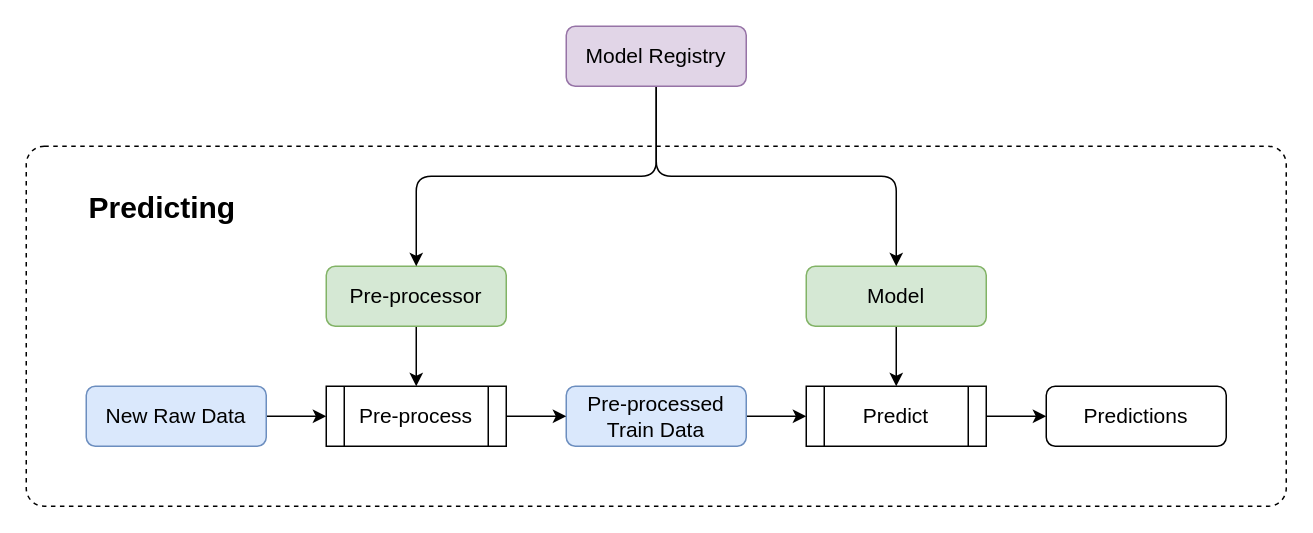
The draw.io diagram page "Predicting" (5 of 5) of docs/source/images/modelling.drawio in myautoml/myautoml, before the edit. Source tidied: cells renumbered, new cells numbered last; positions are measured from the earlier drawing's top-left corner, leaving out a move shared by most shapes. Both pictures are drawn from the tidied source at 150%, with x=0, y=0 at pixel (26, 26).
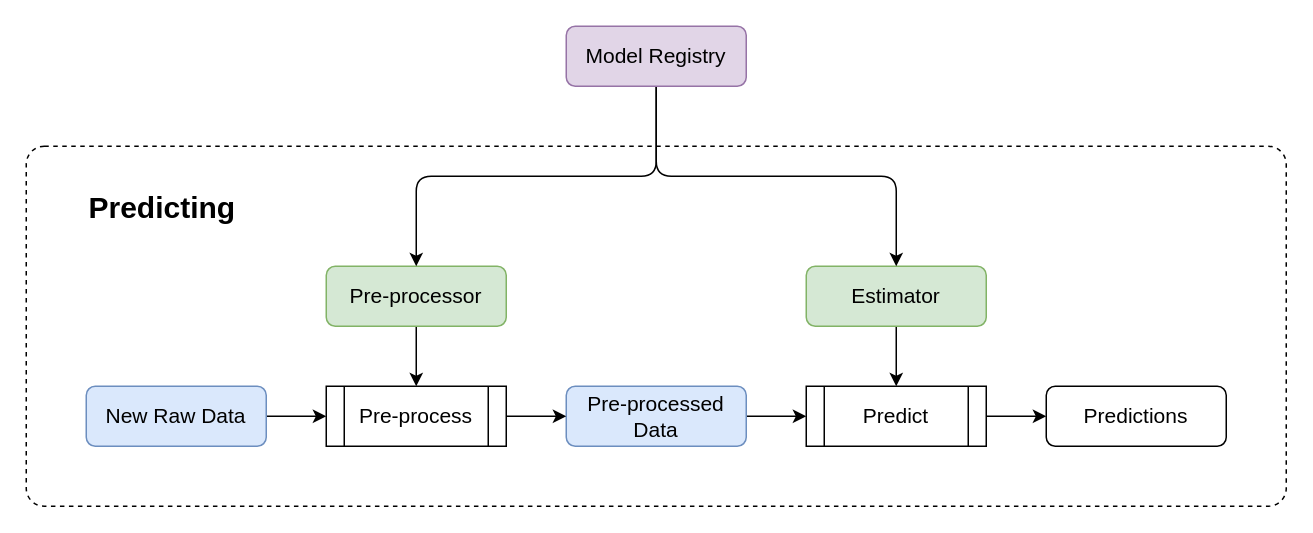
Above is the later version.

What changed in the source:
```diff
@@
 <mxGraphModel>
   <root>
     <mxCell id="0" />
     <mxCell id="1" parent="0" />
     <mxCell id="2" style="rounded=1;whiteSpace=wrap;html=1;fontFamily=Arial;fontSize=14;arcSize=5;dashed=1;" parent="1" vertex="1">
       <mxGeometry y="80" width="840" height="240" as="geometry" />
     </mxCell>
     <mxCell id="3" style="edgeStyle=orthogonalEdgeStyle;rounded=1;jettySize=auto;html=1;fontFamily=Arial;fontSize=14;" parent="1" edge="1" source="4" target="19">
       <mxGeometry relative="1" as="geometry" />
     </mxCell>
     <mxCell id="4" value="New Raw Data" style="rounded=1;whiteSpace=wrap;html=1;fontFamily=Arial;fontSize=14;fillColor=#dae8fc;strokeColor=#6c8ebf;" parent="1" vertex="1">
       <mxGeometry x="40" y="240" width="120" height="40" as="geometry" />
     </mxCell>
     <mxCell id="5" style="edgeStyle=orthogonalEdgeStyle;rounded=1;jettySize=auto;html=1;fontFamily=Arial;fontSize=14;" parent="1" edge="1" source="6" target="19">
       <mxGeometry relative="1" as="geometry" />
     </mxCell>
     <mxCell id="6" value="Pre-processor" style="rounded=1;whiteSpace=wrap;html=1;fontFamily=Arial;fontSize=14;fillColor=#d5e8d4;strokeColor=#82b366;" parent="1" vertex="1">
       <mxGeometry x="200" y="160" width="120" height="40" as="geometry" />
     </mxCell>
     <mxCell id="7" style="edgeStyle=orthogonalEdgeStyle;rounded=1;jettySize=auto;html=1;fontFamily=Arial;fontSize=14;" parent="1" edge="1" source="8" target="10">
       <mxGeometry relative="1" as="geometry" />
     </mxCell>
-    <mxCell id="8" value="Pre-processed Train Data" style="rounded=1;whiteSpace=wrap;html=1;fontFamily=Arial;fontSize=14;fillColor=#dae8fc;strokeColor=#6c8ebf;" parent="1" vertex="1">
+    <mxCell id="8" value="Pre-processed Data" style="rounded=1;whiteSpace=wrap;html=1;fontFamily=Arial;fontSize=14;fillColor=#dae8fc;strokeColor=#6c8ebf;" parent="1" vertex="1">
       <mxGeometry x="360" y="240" width="120" height="40" as="geometry" />
     </mxCell>
     <mxCell id="9" style="edgeStyle=orthogonalEdgeStyle;rounded=1;jettySize=auto;html=1;fontFamily=Arial;fontSize=14;" parent="1" edge="1" source="10" target="13">
       <mxGeometry relative="1" as="geometry" />
     </mxCell>
     <mxCell id="10" value="Predict" style="shape=process;whiteSpace=wrap;html=1;backgroundOutline=1;fontFamily=Arial;fontSize=14;" parent="1" vertex="1">
       <mxGeometry x="520" y="240" width="120" height="40" as="geometry" />
     </mxCell>
     <mxCell id="11" style="edgeStyle=orthogonalEdgeStyle;rounded=1;jettySize=auto;html=1;fontFamily=Arial;fontSize=14;" parent="1" edge="1" source="12" target="10">
       <mxGeometry relative="1" as="geometry" />
     </mxCell>
-    <mxCell id="12" value="Model" style="rounded=1;whiteSpace=wrap;html=1;fontFamily=Arial;fontSize=14;fillColor=#d5e8d4;strokeColor=#82b366;" parent="1" vertex="1">
+    <mxCell id="12" value="Estimator" style="rounded=1;whiteSpace=wrap;html=1;fontFamily=Arial;fontSize=14;fillColor=#d5e8d4;strokeColor=#82b366;" parent="1" vertex="1">
       <mxGeometry x="520" y="160" width="120" height="40" as="geometry" />
     </mxCell>
     <mxCell id="13" value="Predictions" style="rounded=1;whiteSpace=wrap;html=1;fontFamily=Arial;fontSize=14;" parent="1" vertex="1">
       <mxGeometry x="680" y="240" width="120" height="40" as="geometry" />
     </mxCell>
     <mxCell id="14" style="edgeStyle=orthogonalEdgeStyle;rounded=1;jettySize=auto;html=1;exitX=0.5;exitY=1;exitDx=0;exitDy=0;entryX=0.5;entryY=0;entryDx=0;entryDy=0;fontFamily=Arial;fontSize=14;" parent="1" edge="1" source="16" target="6">
       <mxGeometry relative="1" as="geometry" />
     </mxCell>
     <mxCell id="15" style="edgeStyle=orthogonalEdgeStyle;rounded=1;jettySize=auto;html=1;fontFamily=Arial;fontSize=14;exitX=0.5;exitY=1;exitDx=0;exitDy=0;" parent="1" edge="1" source="16" target="12">
       <mxGeometry relative="1" as="geometry" />
     </mxCell>
     <mxCell id="16" value="Model Registry" style="rounded=1;whiteSpace=wrap;html=1;fontFamily=Arial;fontSize=14;fillColor=#e1d5e7;strokeColor=#9673a6;" parent="1" vertex="1">
       <mxGeometry x="360" width="120" height="40" as="geometry" />
     </mxCell>
     <mxCell id="17" value="&lt;b&gt;&lt;font style=&quot;font-size: 20px&quot;&gt;Predicting&lt;/font&gt;&lt;/b&gt;" style="text;html=1;strokeColor=none;fillColor=none;align=left;verticalAlign=middle;whiteSpace=wrap;rounded=0;dashed=1;fontFamily=Arial;fontSize=14;" parent="1" vertex="1">
       <mxGeometry x="40" y="110" width="40" height="20" as="geometry" />
     </mxCell>
     <mxCell id="18" style="edgeStyle=orthogonalEdgeStyle;rounded=1;jettySize=auto;html=1;fontFamily=Arial;fontSize=14;" parent="1" edge="1" source="19" target="8">
       <mxGeometry relative="1" as="geometry" />
     </mxCell>
     <mxCell id="19" value="Pre-process" style="shape=process;whiteSpace=wrap;html=1;backgroundOutline=1;fontFamily=Arial;fontSize=14;" parent="1" vertex="1">
       <mxGeometry x="200" y="240" width="120" height="40" as="geometry" />
     </mxCell>
   </root>
 </mxGraphModel>
```
